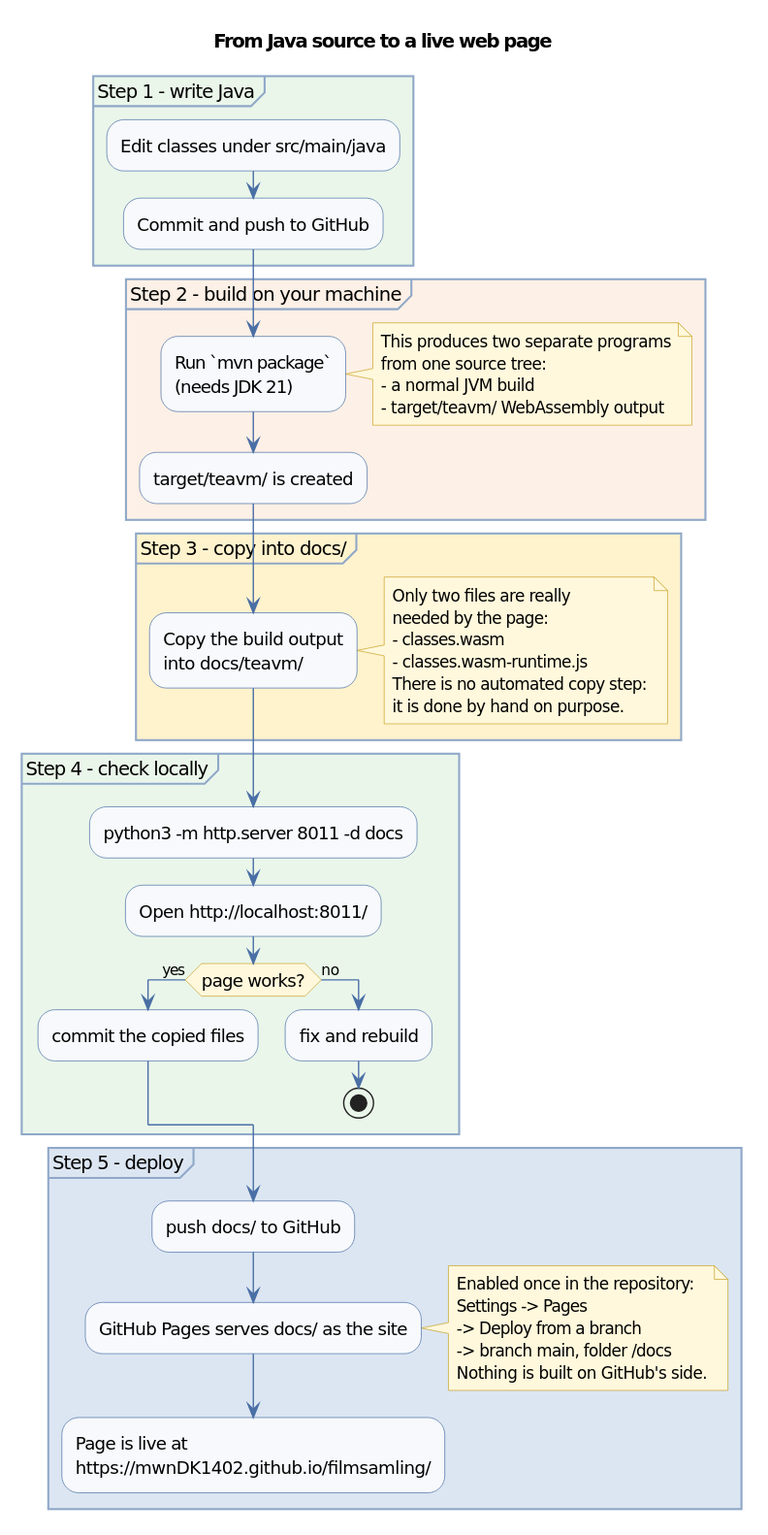
Above: docs/diagrams/build-and-deploy.svg in mwnDK1402/filmsamling (PlantUML), before the change. The source it was exported from:
```plantuml
@startuml
skinparam backgroundColor #FFFFFF
skinparam defaultFontName "DejaVu Sans"
skinparam shadowing false
skinparam ArrowColor #4A6FA5
skinparam activity {
    BackgroundColor #F7F9FC
    BorderColor #4A6FA5
    FontSize 13
    DiamondBackgroundColor #FFF8DC
    DiamondBorderColor #C9A227
}
skinparam partition {
    BackgroundColor #F2F5F9
    BorderColor #8FA8C8
    FontSize 14
}
skinparam note {
    BackgroundColor #FFF8DC
    BorderColor #C9A227
    FontSize 12
}

title From Java source to a live web page

partition "Step 1 - write Java" #EAF6EA {
    :Edit classes under src/main/java;
    :Commit and push to GitHub;
}

partition "Step 2 - build on your machine" #FDF0E6 {
    :Run `mvn package`
    (needs JDK 21);
    note right
      This produces two separate programs
      from one source tree:
      - a normal JVM build
      - target/teavm/ WebAssembly output
    end note
    :target/teavm/ is created;
}

partition "Step 3 - copy into docs/" #FFF3CD {
    :Copy the build output
    into docs/teavm/;
    note right
      Only two files are really
      needed by the page:
      - classes.wasm
      - classes.wasm-runtime.js
      There is no automated copy step:
      it is done by hand on purpose.
    end note
}

partition "Step 4 - check locally" #EAF6EA {
    :python3 -m http.server 8011 -d docs;
    :Open http://localhost:8011/;
    if (page works?) then (yes)
        :commit the copied files;
    else (no)
        :fix and rebuild;
        stop
    endif
}

partition "Step 5 - deploy" #DCE6F2 {
    :push docs/ to GitHub;
    :GitHub Pages serves docs/ as the site;
    note right
      Enabled once in the repository:
      Settings -> Pages
      -> Deploy from a branch
      -> branch main, folder /docs
      Nothing is built on GitHub's side.
    end note
    :Page is live at
    https://mwnDK1402.github.io/filmsamling/;
}
@enduml
```
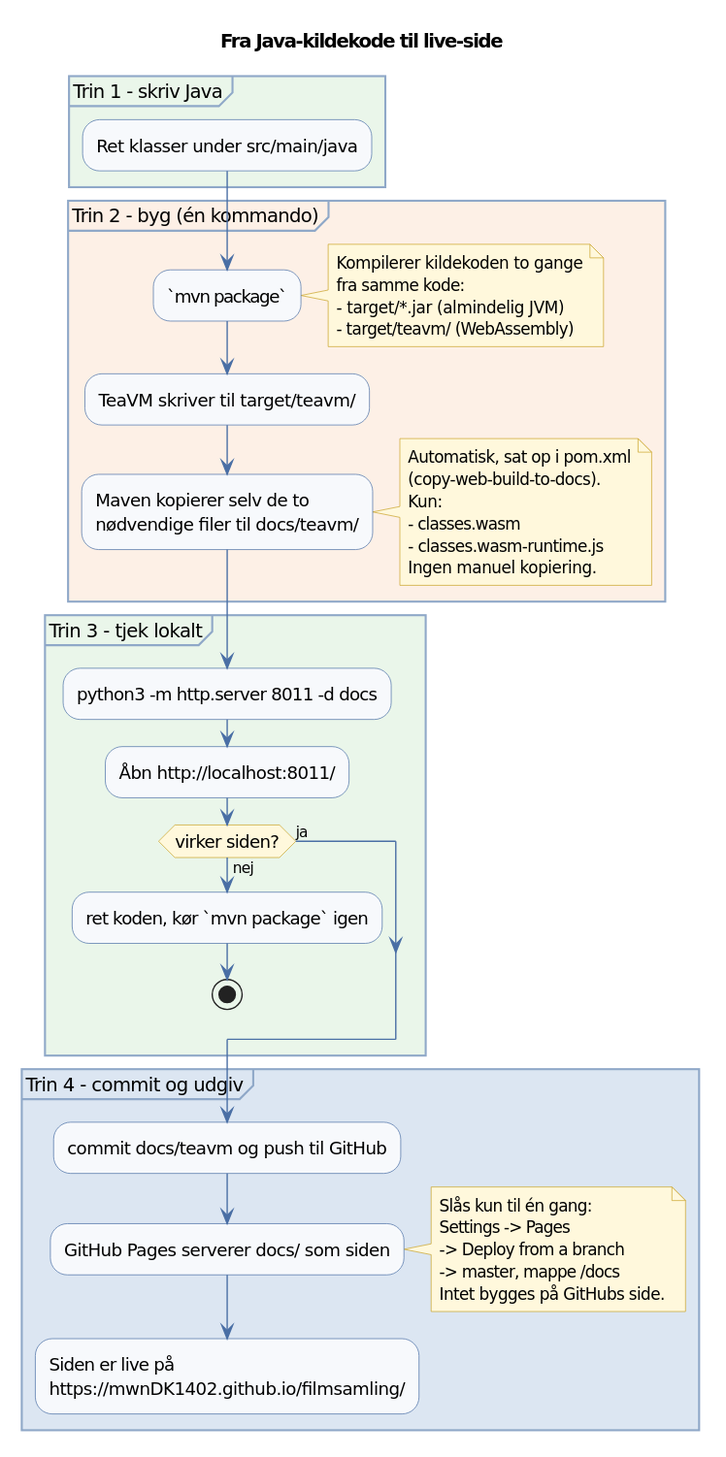
The same diagram one commit later.

Commit message:
Document the automatic build copy

Step 4.2 no longer exists as a manual step, and the pipeline diagram shows the
copy as part of mvn package.

What changed in the source:
```diff
@@ -21,60 +21,54 @@
     FontSize 12
 }
 
-title From Java source to a live web page
+title Fra Java-kildekode til live-side
 
-partition "Step 1 - write Java" #EAF6EA {
-    :Edit classes under src/main/java;
-    :Commit and push to GitHub;
+partition "Trin 1 - skriv Java" #EAF6EA {
+    :Ret klasser under src/main/java;
 }
 
-partition "Step 2 - build on your machine" #FDF0E6 {
-    :Run `mvn package`
-    (needs JDK 21);
+partition "Trin 2 - byg (én kommando)" #FDF0E6 {
+    :`mvn package`;
     note right
-      This produces two separate programs
-      from one source tree:
-      - a normal JVM build
-      - target/teavm/ WebAssembly output
+      Kompilerer kildekoden to gange
+      fra samme kode:
+      - target/*.jar  (almindelig JVM)
+      - target/teavm/ (WebAssembly)
     end note
-    :target/teavm/ is created;
-}
-
-partition "Step 3 - copy into docs/" #FFF3CD {
-    :Copy the build output
-    into docs/teavm/;
+    :TeaVM skriver til target/teavm/;
+    :Maven kopierer selv de to
+    nødvendige filer til docs/teavm/;
     note right
-      Only two files are really
-      needed by the page:
+      Automatisk, sat op i pom.xml
+      (copy-web-build-to-docs).
+      Kun:
       - classes.wasm
       - classes.wasm-runtime.js
-      There is no automated copy step:
-      it is done by hand on purpose.
+      Ingen manuel kopiering.
     end note
 }
 
-partition "Step 4 - check locally" #EAF6EA {
+partition "Trin 3 - tjek lokalt" #EAF6EA {
     :python3 -m http.server 8011 -d docs;
-    :Open http://localhost:8011/;
-    if (page works?) then (yes)
-        :commit the copied files;
-    else (no)
-        :fix and rebuild;
+    :Åbn http://localhost:8011/;
+    if (virker siden?) then (ja)
+    else (nej)
+        :ret koden, kør `mvn package` igen;
         stop
     endif
 }
 
-partition "Step 5 - deploy" #DCE6F2 {
-    :push docs/ to GitHub;
-    :GitHub Pages serves docs/ as the site;
+partition "Trin 4 - commit og udgiv" #DCE6F2 {
+    :commit docs/teavm og push til GitHub;
+    :GitHub Pages serverer docs/ som siden;
     note right
-      Enabled once in the repository:
+      Slås kun til én gang:
       Settings -> Pages
       -> Deploy from a branch
-      -> branch main, folder /docs
-      Nothing is built on GitHub's side.
+      -> master, mappe /docs
+      Intet bygges på GitHubs side.
     end note
-    :Page is live at
+    :Siden er live på
     https://mwnDK1402.github.io/filmsamling/;
 }
 @enduml
```
